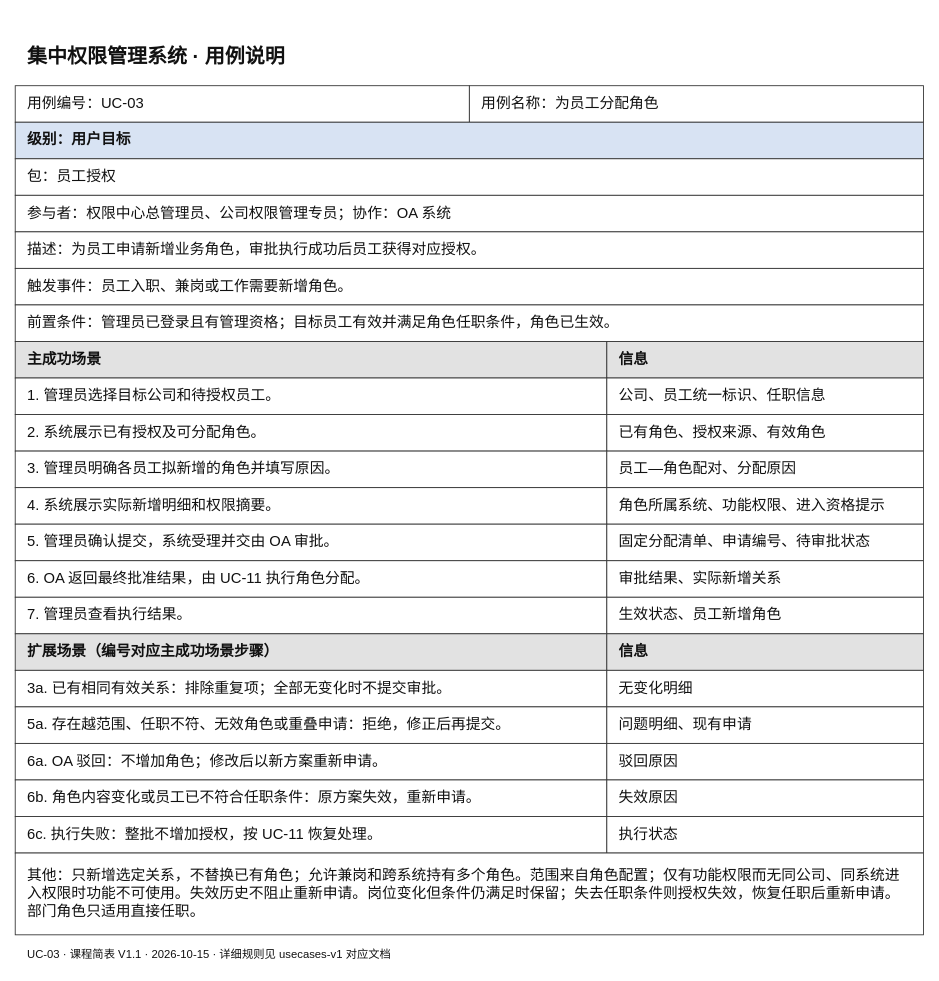
Above: docs/按用例分类/UC-03_为员工分配角色/课程简表.drawio in Noah-hope/RBAC-admin (draw.io), before the change. Source tidied: cells renumbered, new cells numbered last; positions are measured from the earlier drawing's top-left corner, leaving out a move shared by most shapes. Both pictures are drawn from the tidied source at 87%, with x=0, y=0 at pixel (15, 37).
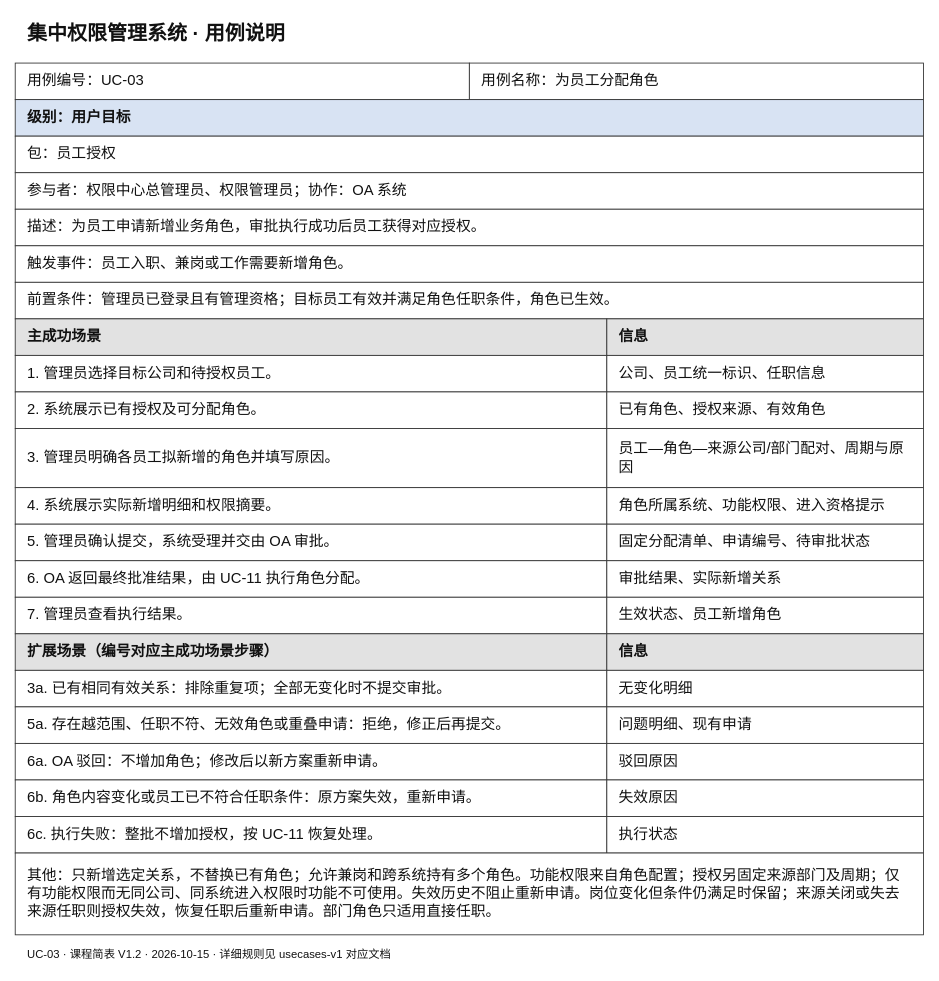
Above is the later version.

Diff of the diagram source:
```diff
@@
     <mxCell id="2" value="集中权限管理系统 · 用例说明" style="rounded=0;whiteSpace=wrap;html=0;fontFamily=Microsoft YaHei;fontSize=23;fontColor=#111111;align=left;verticalAlign=middle;spacingLeft=12;spacingRight=12;spacingTop=8;spacingBottom=8;fillColor=#ffffff;strokeColor=none;fontStyle=1;" parent="1" vertex="1">
-      <mxGeometry width="1044" height="42" as="geometry" />
+      <mxGeometry y="-26" width="1044" height="42" as="geometry" />
     </mxCell>
     <mxCell id="3" value="用例编号：UC-03" style="rounded=0;whiteSpace=wrap;html=0;fontFamily=Microsoft YaHei;fontSize=17;fontColor=#111111;align=left;verticalAlign=middle;spacingLeft=12;spacingRight=12;spacingTop=8;spacingBottom=8;fillColor=#ffffff;strokeColor=#333333;fontStyle=0;" parent="1" vertex="1">
-      <mxGeometry y="55" width="522" height="42" as="geometry" />
+      <mxGeometry y="29" width="522" height="42" as="geometry" />
     </mxCell>
     <mxCell id="4" value="用例名称：为员工分配角色" style="rounded=0;whiteSpace=wrap;html=0;fontFamily=Microsoft YaHei;fontSize=17;fontColor=#111111;align=left;verticalAlign=middle;spacingLeft=12;spacingRight=12;spacingTop=8;spacingBottom=8;fillColor=#ffffff;strokeColor=#333333;fontStyle=0;" parent="1" vertex="1">
-      <mxGeometry x="522" y="55" width="522" height="42" as="geometry" />
+      <mxGeometry x="522" y="29" width="522" height="42" as="geometry" />
     </mxCell>
     <mxCell id="5" value="级别：用户目标" style="rounded=0;whiteSpace=wrap;html=0;fontFamily=Microsoft YaHei;fontSize=17;fontColor=#111111;align=left;verticalAlign=middle;spacingLeft=12;spacingRight=12;spacingTop=8;spacingBottom=8;fillColor=#d8e3f3;strokeColor=#333333;fontStyle=1;" parent="1" vertex="1">
-      <mxGeometry y="97" width="1044" height="42" as="geometry" />
+      <mxGeometry y="71" width="1044" height="42" as="geometry" />
     </mxCell>
     <mxCell id="6" value="包：员工授权" style="rounded=0;whiteSpace=wrap;html=0;fontFamily=Microsoft YaHei;fontSize=17;fontColor=#111111;align=left;verticalAlign=middle;spacingLeft=12;spacingRight=12;spacingTop=8;spacingBottom=8;fillColor=#ffffff;strokeColor=#333333;fontStyle=0;" parent="1" vertex="1">
-      <mxGeometry y="139" width="1044" height="42" as="geometry" />
+      <mxGeometry y="113" width="1044" height="42" as="geometry" />
     </mxCell>
-    <mxCell id="7" value="参与者：权限中心总管理员、公司权限管理专员；协作：OA 系统" style="rounded=0;whiteSpace=wrap;html=0;fontFamily=Microsoft YaHei;fontSize=17;fontColor=#111111;align=left;verticalAlign=middle;spacingLeft=12;spacingRight=12;spacingTop=8;spacingBottom=8;fillColor=#ffffff;strokeColor=#333333;fontStyle=0;" parent="1" vertex="1">
-      <mxGeometry y="181" width="1044" height="42" as="geometry" />
+    <mxCell id="7" value="参与者：权限中心总管理员、权限管理员；协作：OA 系统" style="rounded=0;whiteSpace=wrap;html=0;fontFamily=Microsoft YaHei;fontSize=17;fontColor=#111111;align=left;verticalAlign=middle;spacingLeft=12;spacingRight=12;spacingTop=8;spacingBottom=8;fillColor=#ffffff;strokeColor=#333333;fontStyle=0;" parent="1" vertex="1">
+      <mxGeometry y="155" width="1044" height="42" as="geometry" />
     </mxCell>
     <mxCell id="8" value="描述：为员工申请新增业务角色，审批执行成功后员工获得对应授权。" style="rounded=0;whiteSpace=wrap;html=0;fontFamily=Microsoft YaHei;fontSize=17;fontColor=#111111;align=left;verticalAlign=middle;spacingLeft=12;spacingRight=12;spacingTop=8;spacingBottom=8;fillColor=#ffffff;strokeColor=#333333;fontStyle=0;" parent="1" vertex="1">
-      <mxGeometry y="223" width="1044" height="42" as="geometry" />
+      <mxGeometry y="197" width="1044" height="42" as="geometry" />
     </mxCell>
     <mxCell id="9" value="触发事件：员工入职、兼岗或工作需要新增角色。" style="rounded=0;whiteSpace=wrap;html=0;fontFamily=Microsoft YaHei;fontSize=17;fontColor=#111111;align=left;verticalAlign=middle;spacingLeft=12;spacingRight=12;spacingTop=8;spacingBottom=8;fillColor=#ffffff;strokeColor=#333333;fontStyle=0;" parent="1" vertex="1">
-      <mxGeometry y="265" width="1044" height="42" as="geometry" />
+      <mxGeometry y="239" width="1044" height="42" as="geometry" />
     </mxCell>
     <mxCell id="10" value="前置条件：管理员已登录且有管理资格；目标员工有效并满足角色任职条件，角色已生效。" style="rounded=0;whiteSpace=wrap;html=0;fontFamily=Microsoft YaHei;fontSize=17;fontColor=#111111;align=left;verticalAlign=middle;spacingLeft=12;spacingRight=12;spacingTop=8;spacingBottom=8;fillColor=#ffffff;strokeColor=#333333;fontStyle=0;" parent="1" vertex="1">
-      <mxGeometry y="307" width="1044" height="42" as="geometry" />
+      <mxGeometry y="281" width="1044" height="42" as="geometry" />
     </mxCell>
     <mxCell id="11" value="主成功场景" style="rounded=0;whiteSpace=wrap;html=0;fontFamily=Microsoft YaHei;fontSize=17;fontColor=#111111;align=left;verticalAlign=middle;spacingLeft=12;spacingRight=12;spacingTop=8;spacingBottom=8;fillColor=#e2e2e2;strokeColor=#333333;fontStyle=1;" parent="1" vertex="1">
-      <mxGeometry y="349" width="680" height="42" as="geometry" />
+      <mxGeometry y="323" width="680" height="42" as="geometry" />
     </mxCell>
     <mxCell id="12" value="信息" style="rounded=0;whiteSpace=wrap;html=0;fontFamily=Microsoft YaHei;fontSize=17;fontColor=#111111;align=left;verticalAlign=middle;spacingLeft=12;spacingRight=12;spacingTop=8;spacingBottom=8;fillColor=#e2e2e2;strokeColor=#333333;fontStyle=1;" parent="1" vertex="1">
-      <mxGeometry x="680" y="349" width="364" height="42" as="geometry" />
+      <mxGeometry x="680" y="323" width="364" height="42" as="geometry" />
     </mxCell>
     <mxCell id="13" value="1. 管理员选择目标公司和待授权员工。" style="rounded=0;whiteSpace=wrap;html=0;fontFamily=Microsoft YaHei;fontSize=17;fontColor=#111111;align=left;verticalAlign=middle;spacingLeft=12;spacingRight=12;spacingTop=8;spacingBottom=8;fillColor=#ffffff;strokeColor=#333333;fontStyle=0;" parent="1" vertex="1">
-      <mxGeometry y="391" width="680" height="42" as="geometry" />
+      <mxGeometry y="365" width="680" height="42" as="geometry" />
     </mxCell>
     <mxCell id="14" value="公司、员工统一标识、任职信息" style="rounded=0;whiteSpace=wrap;html=0;fontFamily=Microsoft YaHei;fontSize=17;fontColor=#111111;align=left;verticalAlign=middle;spacingLeft=12;spacingRight=12;spacingTop=8;spacingBottom=8;fillColor=#ffffff;strokeColor=#333333;fontStyle=0;" parent="1" vertex="1">
-      <mxGeometry x="680" y="391" width="364" height="42" as="geometry" />
+      <mxGeometry x="680" y="365" width="364" height="42" as="geometry" />
     </mxCell>
     <mxCell id="15" value="2. 系统展示已有授权及可分配角色。" style="rounded=0;whiteSpace=wrap;html=0;fontFamily=Microsoft YaHei;fontSize=17;fontColor=#111111;align=left;verticalAlign=middle;spacingLeft=12;spacingRight=12;spacingTop=8;spacingBottom=8;fillColor=#ffffff;strokeColor=#333333;fontStyle=0;" parent="1" vertex="1">
-      <mxGeometry y="433" width="680" height="42" as="geometry" />
+      <mxGeometry y="407" width="680" height="42" as="geometry" />
     </mxCell>
     <mxCell id="16" value="已有角色、授权来源、有效角色" style="rounded=0;whiteSpace=wrap;html=0;fontFamily=Microsoft YaHei;fontSize=17;fontColor=#111111;align=left;verticalAlign=middle;spacingLeft=12;spacingRight=12;spacingTop=8;spacingBottom=8;fillColor=#ffffff;strokeColor=#333333;fontStyle=0;" parent="1" vertex="1">
-      <mxGeometry x="680" y="433" width="364" height="42" as="geometry" />
+      <mxGeometry x="680" y="407" width="364" height="42" as="geometry" />
     </mxCell>
     <mxCell id="17" value="3. 管理员明确各员工拟新增的角色并填写原因。" style="rounded=0;whiteSpace=wrap;html=0;fontFamily=Microsoft YaHei;fontSize=17;fontColor=#111111;align=left;verticalAlign=middle;spacingLeft=12;spacingRight=12;spacingTop=8;spacingBottom=8;fillColor=#ffffff;strokeColor=#333333;fontStyle=0;" parent="1" vertex="1">
-      <mxGeometry y="475" width="680" height="42" as="geometry" />
+      <mxGeometry y="449" width="680" height="68" as="geometry" />
     </mxCell>
-    <mxCell id="18" value="员工—角色配对、分配原因" style="rounded=0;whiteSpace=wrap;html=0;fontFamily=Microsoft YaHei;fontSize=17;fontColor=#111111;align=left;verticalAlign=middle;spacingLeft=12;spacingRight=12;spacingTop=8;spacingBottom=8;fillColor=#ffffff;strokeColor=#333333;fontStyle=0;" parent="1" vertex="1">
-      <mxGeometry x="680" y="475" width="364" height="42" as="geometry" />
+    <mxCell id="18" value="员工—角色—来源公司/部门配对、周期与原因" style="rounded=0;whiteSpace=wrap;html=0;fontFamily=Microsoft YaHei;fontSize=17;fontColor=#111111;align=left;verticalAlign=middle;spacingLeft=12;spacingRight=12;spacingTop=8;spacingBottom=8;fillColor=#ffffff;strokeColor=#333333;fontStyle=0;" parent="1" vertex="1">
+      <mxGeometry x="680" y="449" width="364" height="68" as="geometry" />
     </mxCell>
@@
-    <mxCell id="39" value="其他：只新增选定关系，不替换已有角色；允许兼岗和跨系统持有多个角色。范围来自角色配置；仅有功能权限而无同公司、同系统进入权限时功能不可使用。失效历史不阻止重新申请。岗位变化但条件仍满足时保留；失去任职条件则授权失效，恢复任职后重新申请。部门角色只适用直接任职。" style="rounded=0;whiteSpace=wrap;html=0;fontFamily=Microsoft YaHei;fontSize=17;fontColor=#111111;align=left;verticalAlign=middle;spacingLeft=12;spacingRight=12;spacingTop=8;spacingBottom=8;fillColor=#ffffff;strokeColor=#333333;fontStyle=0;" parent="1" vertex="1">
+    <mxCell id="39" value="其他：只新增选定关系，不替换已有角色；允许兼岗和跨系统持有多个角色。功能权限来自角色配置；授权另固定来源部门及周期；仅有功能权限而无同公司、同系统进入权限时功能不可使用。失效历史不阻止重新申请。岗位变化但条件仍满足时保留；来源关闭或失去来源任职则授权失效，恢复任职后重新申请。部门角色只适用直接任职。" style="rounded=0;whiteSpace=wrap;html=0;fontFamily=Microsoft YaHei;fontSize=17;fontColor=#111111;align=left;verticalAlign=middle;spacingLeft=12;spacingRight=12;spacingTop=8;spacingBottom=8;fillColor=#ffffff;strokeColor=#333333;fontStyle=0;" parent="1" vertex="1">
       <mxGeometry y="937" width="1044" height="94" as="geometry" />
     </mxCell>
-    <mxCell id="40" value="UC-03 · 课程简表 V1.1 · 2026-10-15 · 详细规则见 usecases-v1 对应文档" style="rounded=0;whiteSpace=wrap;html=0;fontFamily=Microsoft YaHei;fontSize=13;fontColor=#111111;align=left;verticalAlign=middle;spacingLeft=12;spacingRight=12;spacingTop=8;spacingBottom=8;fillColor=#ffffff;strokeColor=none;fontStyle=0;" parent="1" vertex="1">
+    <mxCell id="40" value="UC-03 · 课程简表 V1.2 · 2026-10-15 · 详细规则见 usecases-v1 对应文档" style="rounded=0;whiteSpace=wrap;html=0;fontFamily=Microsoft YaHei;fontSize=13;fontColor=#111111;align=left;verticalAlign=middle;spacingLeft=12;spacingRight=12;spacingTop=8;spacingBottom=8;fillColor=#ffffff;strokeColor=none;fontStyle=0;" parent="1" vertex="1">
       <mxGeometry y="1038" width="1044" height="30" as="geometry" />
     </mxCell>
```
